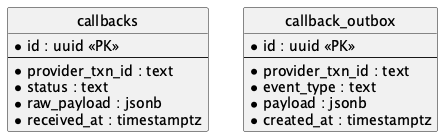
krsvyat/system-design keeps this PlantUML diagram as diagrams/erd/erd-callback.png. Above is the earlier version.
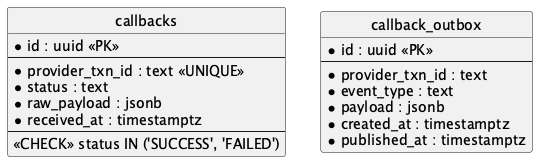
The same file after the commit.

What changed in the source:
```diff
@@ -4,10 +4,12 @@
 entity "callbacks" {
   * id : uuid <<PK>>
   --
-  * provider_txn_id : text
+  * provider_txn_id : text <<UNIQUE>>
   * status : text
   * raw_payload : jsonb
   * received_at : timestamptz
+  --
+  <<CHECK>> status IN ('SUCCESS', 'FAILED')
 }
 
 entity "callback_outbox" {
@@ -17,6 +19,7 @@
   * event_type : text
   * payload : jsonb
   * created_at : timestamptz
+  * published_at : timestamptz
 }
 
 @enduml
```
